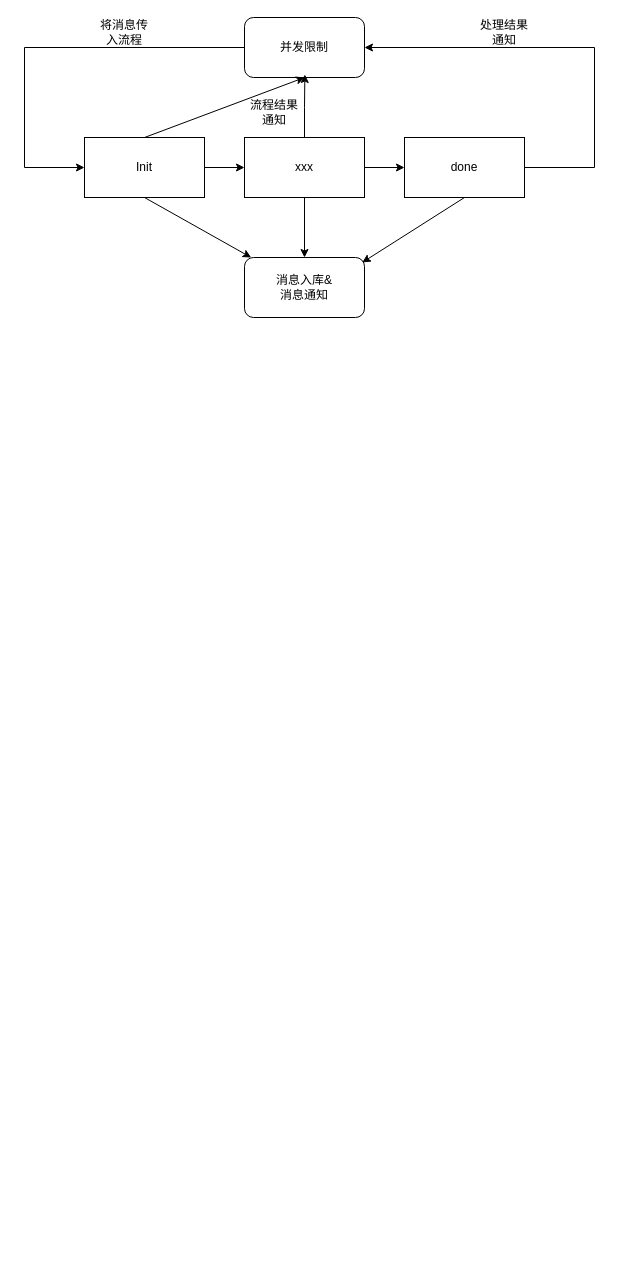
Jonty1997/personal_sources keeps this draw.io diagram as draw/塔影/IM剥离.drawio. Above is the earlier version. Source tidied: cells renumbered, new cells numbered last; positions are measured from the earlier drawing's top-left corner, leaving out a move shared by most shapes. Both pictures are drawn from the tidied source at 100%, with x=0, y=0 at pixel (24, 17).
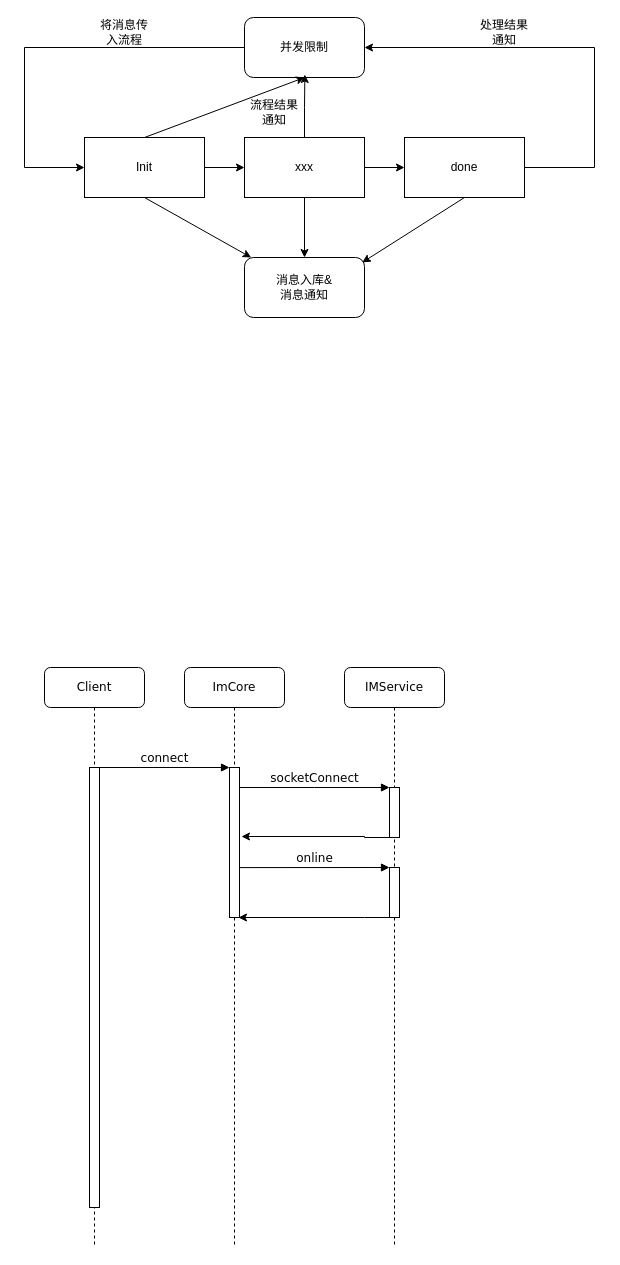
The same diagram, later.

Diff of the diagram source:
```diff
@@
+    <mxCell id="19" value="ImCore" style="shape=umlLifeline;perimeter=lifelinePerimeter;whiteSpace=wrap;html=1;rounded=1;shadow=0;comic=0;labelBackgroundColor=none;strokeWidth=1;fontFamily=Verdana;fontSize=12;align=center;" parent="1" vertex="1">
+      <mxGeometry x="160" y="650" width="100" height="580" as="geometry" />
+    </mxCell>
+    <mxCell id="20" style="html=1;points=[];perimeter=orthogonalPerimeter;rounded=0;shadow=0;comic=0;labelBackgroundColor=none;strokeWidth=1;fontFamily=Verdana;fontSize=12;align=center;" parent="19" vertex="1">
+      <mxGeometry x="45" y="100" width="10" height="150" as="geometry" />
+    </mxCell>
+    <mxCell id="21" value="IMService" style="shape=umlLifeline;perimeter=lifelinePerimeter;whiteSpace=wrap;html=1;rounded=1;shadow=0;comic=0;labelBackgroundColor=none;strokeWidth=1;fontFamily=Verdana;fontSize=12;align=center;" parent="1" vertex="1">
+      <mxGeometry x="320" y="650" width="100" height="580" as="geometry" />
+    </mxCell>
+    <mxCell id="22" style="html=1;points=[];perimeter=orthogonalPerimeter;rounded=0;shadow=0;comic=0;labelBackgroundColor=none;strokeWidth=1;fontFamily=Verdana;fontSize=12;align=center;" parent="21" vertex="1">
+      <mxGeometry x="45" y="120" width="10" height="50" as="geometry" />
+    </mxCell>
+    <mxCell id="23" style="html=1;perimeter=orthogonalPerimeter;rounded=0;shadow=0;comic=0;labelBackgroundColor=none;strokeWidth=1;fontFamily=Verdana;fontSize=12;align=center;" parent="21" vertex="1">
+      <mxGeometry x="45" y="200" width="10" height="50" as="geometry" />
+    </mxCell>
+    <mxCell id="24" value="online" style="html=1;verticalAlign=bottom;endArrow=block;entryX=0;entryY=0;labelBackgroundColor=none;fontFamily=Verdana;fontSize=12;edgeStyle=elbowEdgeStyle;elbow=vertical;rounded=0;" parent="21" edge="1">
+      <mxGeometry relative="1" as="geometry">
+        <mxPoint x="-105" y="200.1" as="sourcePoint" />
+        <mxPoint x="45" y="200.1" as="targetPoint" />
+      </mxGeometry>
+    </mxCell>
+    <mxCell id="25" value="Client" style="shape=umlLifeline;perimeter=lifelinePerimeter;whiteSpace=wrap;html=1;rounded=1;shadow=0;comic=0;labelBackgroundColor=none;strokeWidth=1;fontFamily=Verdana;fontSize=12;align=center;" parent="1" vertex="1">
+      <mxGeometry x="20" y="650" width="100" height="580" as="geometry" />
+    </mxCell>
+    <mxCell id="26" style="html=1;points=[];perimeter=orthogonalPerimeter;rounded=0;shadow=0;comic=0;labelBackgroundColor=none;strokeWidth=1;fontFamily=Verdana;fontSize=12;align=center;" parent="25" vertex="1">
+      <mxGeometry x="45" y="100" width="10" height="440" as="geometry" />
+    </mxCell>
+    <mxCell id="27" value="connect" style="html=1;verticalAlign=bottom;endArrow=block;entryX=0;entryY=0;labelBackgroundColor=none;fontFamily=Verdana;fontSize=12;edgeStyle=elbowEdgeStyle;elbow=vertical;rounded=0;" parent="1" edge="1" source="26" target="20">
+      <mxGeometry relative="1" as="geometry" />
+    </mxCell>
+    <mxCell id="28" value="socketConnect" style="html=1;verticalAlign=bottom;endArrow=block;entryX=0;entryY=0;labelBackgroundColor=none;fontFamily=Verdana;fontSize=12;edgeStyle=elbowEdgeStyle;elbow=vertical;rounded=0;" parent="1" edge="1" source="20" target="22">
+      <mxGeometry relative="1" as="geometry" />
+    </mxCell>
+    <mxCell id="29" style="edgeStyle=orthogonalEdgeStyle;rounded=0;jettySize=auto;html=1;entryX=1.2;entryY=0.46;entryDx=0;entryDy=0;entryPerimeter=0;" parent="1" edge="1" source="22" target="20">
+      <mxGeometry relative="1" as="geometry">
+        <Array as="points">
+          <mxPoint x="340" y="820" />
+          <mxPoint x="340" y="819" />
+        </Array>
+      </mxGeometry>
+    </mxCell>
+    <mxCell id="30" style="edgeStyle=orthogonalEdgeStyle;rounded=0;orthogonalLoop=1;jettySize=auto;html=1;entryX=0.932;entryY=0.304;entryDx=0;entryDy=0;entryPerimeter=0;" parent="1" edge="1">
+      <mxGeometry relative="1" as="geometry">
+        <mxPoint x="365" y="900" as="sourcePoint" />
+        <mxPoint x="214" y="900" as="targetPoint" />
+        <Array as="points">
+          <mxPoint x="340" y="900" />
+        </Array>
+      </mxGeometry>
+    </mxCell>
```
